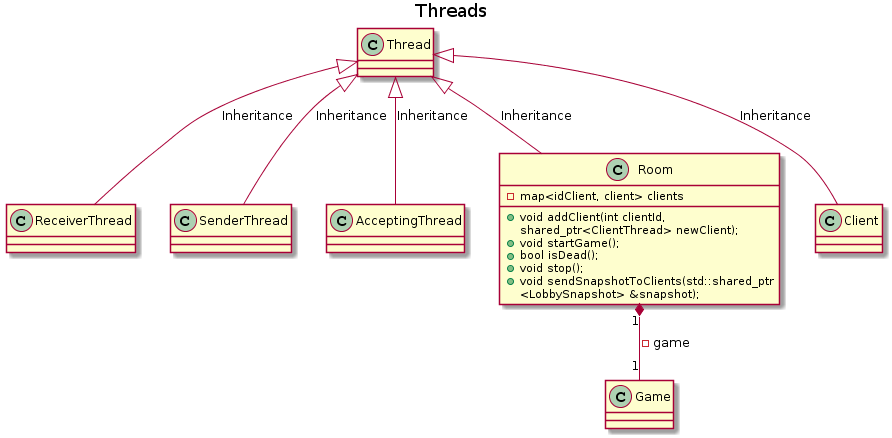
Before: Codigo plant UML/Threads.png, a diagram exported from PlantUML (sberoch/MicromachinesTaller). Its diagram source:
```plantuml
@startuml
title Threads


class ReceiverThread {}
class SenderThread {}
class AcceptingThread {}



class Room {
    -map<idClient, client> clients
    +void addClient(int clientId,
    shared_ptr<ClientThread> newClient);
    +void startGame();
    +bool isDead();
    +void stop();
    +void sendSnapshotToClients(std::shared_ptr
    <LobbySnapshot> &snapshot);
}

class Client


Thread <|-down- ReceiverThread: Inheritance
Thread <|-down- SenderThread: Inheritance
Thread <|-down- AcceptingThread: Inheritance
Thread <|-down- Client: Inheritance
Thread <|-down- Room: Inheritance
Room "1" *-down- "1" Game: -game
@enduml
```
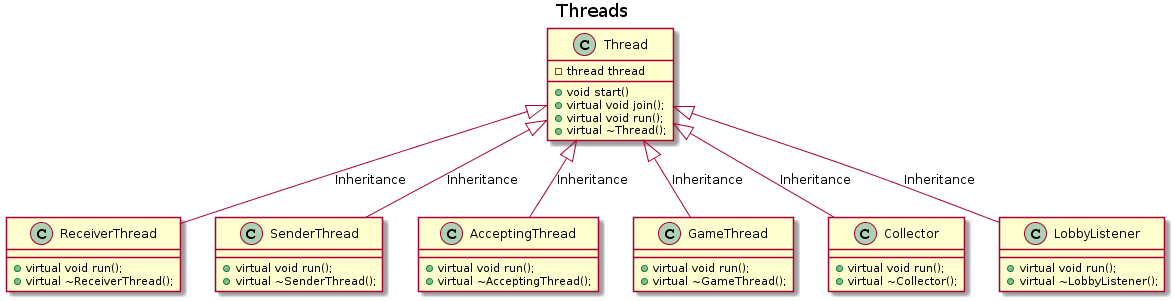
The same file after the commit.

Commit message:
Cambios UML

The edit, as a diff of the source:
```diff
@@ -1,31 +1,51 @@
 @startuml
 title Threads
 
+class Thread{
+    -thread thread
+    +void start()
+    +virtual void join();
+    +virtual void run();
+    +virtual ~Thread();
+}
 
-class ReceiverThread {}
-class SenderThread {}
-class AcceptingThread {}
+class ReceiverThread {
+    +virtual void run();
+    +virtual ~ReceiverThread();
+}
+
+class SenderThread {
+    +virtual void run();
+    +virtual ~SenderThread();
+}
+
+class AcceptingThread {
+    +virtual void run();
+    +virtual ~AcceptingThread();
+}
 
 
 
-class Room {
-    -map<idClient, client> clients
-    +void addClient(int clientId,
-    shared_ptr<ClientThread> newClient);
-    +void startGame();
-    +bool isDead();
-    +void stop();
-    +void sendSnapshotToClients(std::shared_ptr
-    <LobbySnapshot> &snapshot);
+class GameThread {
+    +virtual void run();
+    +virtual ~GameThread();
 }
 
-class Client
+class Collector {
+    +virtual void run();
+    +virtual ~Collector();
+}
+
+class LobbyListener {
+    +virtual void run();
+    +virtual ~LobbyListener();
+}
 
 
 Thread <|-down- ReceiverThread: Inheritance
 Thread <|-down- SenderThread: Inheritance
 Thread <|-down- AcceptingThread: Inheritance
-Thread <|-down- Client: Inheritance
-Thread <|-down- Room: Inheritance
-Room "1" *-down- "1" Game: -game
+Thread <|-down- GameThread: Inheritance
+Thread <|-down- Collector: Inheritance
+Thread <|-down- LobbyListener: Inheritance
 @enduml
```
